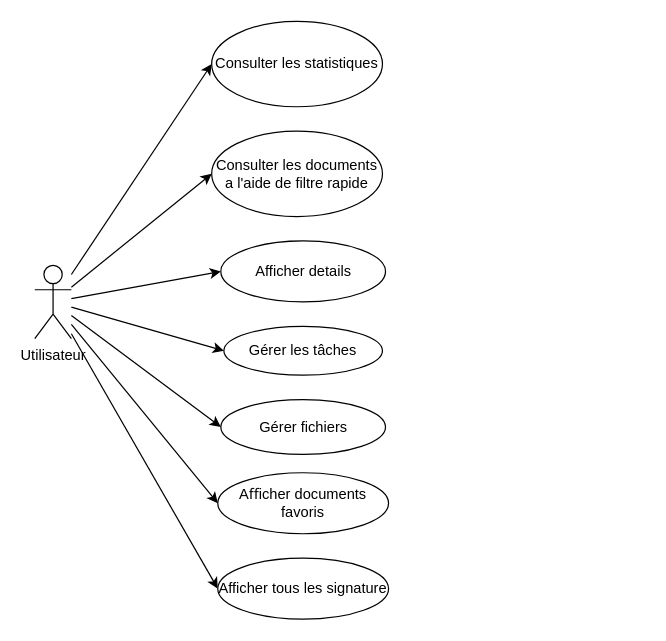
Before: useCaseSprint7.drawio in PFE-Neoledge-2023/rapport, a draw.io diagram. Source tidied: cells renumbered, new cells numbered last; positions are measured from the earlier drawing's top-left corner, leaving out a move shared by most shapes. Both pictures are drawn from the tidied source at 122%, with x=0, y=0 at pixel (34, 21).
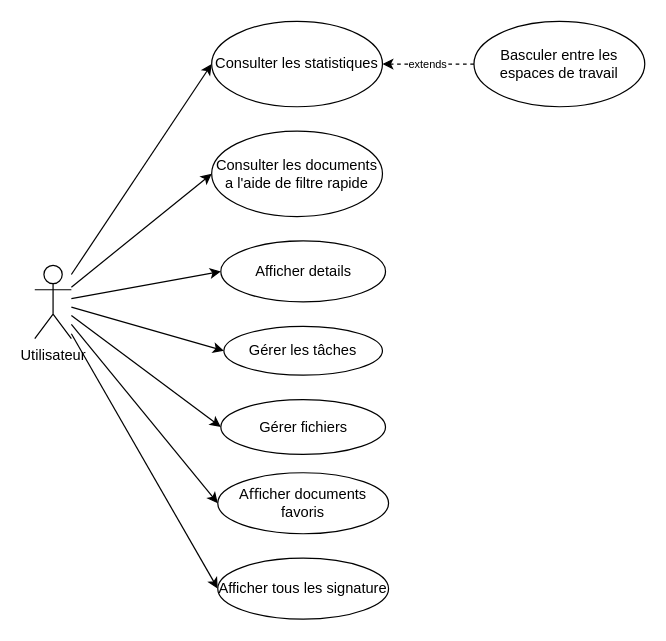
After the change.

Diff of the diagram source:
```diff
@@
 <mxGraphModel>
   <root>
     <mxCell id="0" />
     <mxCell id="1" parent="0" />
     <mxCell id="2" style="edgeStyle=none;html=1;entryX=0;entryY=0.5;entryDx=0;entryDy=0;" parent="1" edge="1" source="9" target="10">
       <mxGeometry relative="1" as="geometry" />
     </mxCell>
     <mxCell id="3" style="edgeStyle=none;html=1;entryX=0;entryY=0.5;entryDx=0;entryDy=0;" parent="1" edge="1" source="9" target="11">
       <mxGeometry relative="1" as="geometry" />
     </mxCell>
     <mxCell id="4" style="edgeStyle=none;html=1;entryX=0;entryY=0.5;entryDx=0;entryDy=0;" parent="1" edge="1" source="9" target="12">
       <mxGeometry relative="1" as="geometry" />
     </mxCell>
     <mxCell id="5" style="edgeStyle=none;html=1;entryX=0;entryY=0.5;entryDx=0;entryDy=0;" parent="1" edge="1" source="9" target="15">
       <mxGeometry relative="1" as="geometry" />
     </mxCell>
     <mxCell id="6" style="edgeStyle=none;html=1;entryX=0;entryY=0.5;entryDx=0;entryDy=0;" parent="1" edge="1" source="9" target="14">
       <mxGeometry relative="1" as="geometry" />
     </mxCell>
     <mxCell id="7" style="edgeStyle=none;html=1;entryX=0;entryY=0.5;entryDx=0;entryDy=0;" parent="1" edge="1" source="9" target="13">
       <mxGeometry relative="1" as="geometry" />
     </mxCell>
     <mxCell id="8" style="edgeStyle=none;html=1;entryX=0;entryY=0.5;entryDx=0;entryDy=0;" parent="1" edge="1" source="9" target="16">
       <mxGeometry relative="1" as="geometry" />
     </mxCell>
     <mxCell id="9" value="Utilisateur" style="shape=umlActor;verticalLabelPosition=bottom;verticalAlign=top;html=1;" parent="1" vertex="1">
       <mxGeometry y="200" width="30" height="60" as="geometry" />
     </mxCell>
     <mxCell id="10" value="Consulter les statistiques" style="ellipse;whiteSpace=wrap;html=1;" parent="1" vertex="1">
       <mxGeometry x="145" width="140" height="70" as="geometry" />
     </mxCell>
     <mxCell id="11" value="Consulter les documents a l'aide de filtre rapide" style="ellipse;whiteSpace=wrap;html=1;" parent="1" vertex="1">
       <mxGeometry x="145" y="90" width="140" height="70" as="geometry" />
     </mxCell>
     <mxCell id="12" value="&lt;div&gt;Afficher details&lt;/div&gt;" style="ellipse;whiteSpace=wrap;html=1;" parent="1" vertex="1">
       <mxGeometry x="152.5" y="180" width="135" height="50" as="geometry" />
     </mxCell>
     <mxCell id="13" value="Aﬀicher documents favoris" style="ellipse;whiteSpace=wrap;html=1;" parent="1" vertex="1">
       <mxGeometry x="150" y="370" width="140" height="50" as="geometry" />
     </mxCell>
     <mxCell id="14" value="Gérer fichiers" style="ellipse;whiteSpace=wrap;html=1;" parent="1" vertex="1">
       <mxGeometry x="152.5" y="310" width="135" height="45" as="geometry" />
     </mxCell>
     <mxCell id="15" value="Gérer les tâches" style="ellipse;whiteSpace=wrap;html=1;" parent="1" vertex="1">
       <mxGeometry x="155" y="250" width="130" height="40" as="geometry" />
     </mxCell>
     <mxCell id="16" value="Afficher tous les signature" style="ellipse;whiteSpace=wrap;html=1;verticalAlign=middle;align=center;horizontal=1;" parent="1" vertex="1">
       <mxGeometry x="150" y="440" width="140" height="50" as="geometry" />
     </mxCell>
+    <mxCell id="17" value="&lt;font style=&quot;font-size: 9px;&quot;&gt;extends&lt;/font&gt;" style="edgeStyle=none;html=1;entryX=1;entryY=0.5;entryDx=0;entryDy=0;dashed=1;startArrow=none;startFill=0;endArrow=classic;endFill=1;exitX=0;exitY=0.5;exitDx=0;exitDy=0;" parent="1" edge="1" source="18" target="10">
+      <mxGeometry relative="1" as="geometry" />
+    </mxCell>
+    <mxCell id="18" value="Basculer entre les espaces de travail" style="ellipse;whiteSpace=wrap;html=1;" parent="1" vertex="1">
+      <mxGeometry x="360" width="140" height="70" as="geometry" />
+    </mxCell>
   </root>
 </mxGraphModel>
```
